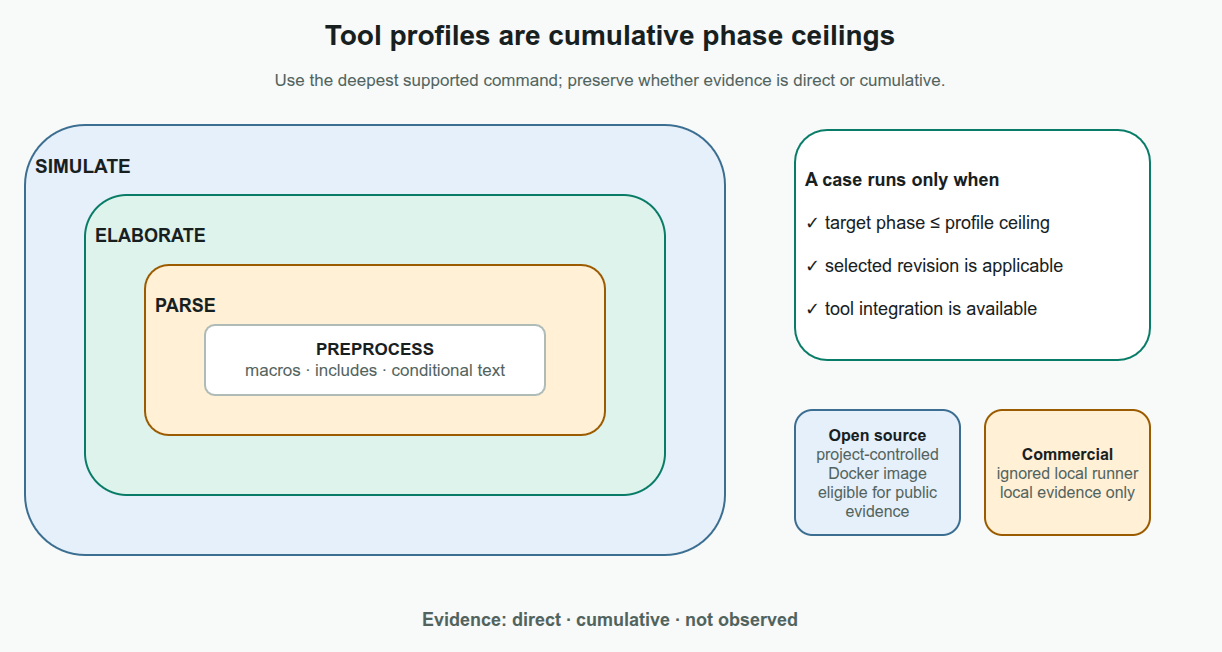
Above: docs/about/assets/tool-applicability.drawio.png in kleverhq/svtorture (draw.io), before the change. Source tidied: cells renumbered, new cells last; positions are measured from the earlier drawing's top-left corner, leaving out a move shared by most shapes. Source of this version:
```xml
<mxGraphModel background="#F7FAF9">
  <root>
    <mxCell id="0" />
    <mxCell id="1" parent="0" />
    <mxCell id="2" value="Tool profiles are cumulative phase ceilings" style="rounded=1;whiteSpace=wrap;html=1;arcSize=14;fillColor=none;strokeColor=none;strokeWidth=2;fontColor=#17201E;fontSize=28;fontStyle=1;align=center;verticalAlign=middle;spacing=10;rounded=0;spacing=0;verticalAlign=middle;" parent="1" vertex="1">
      <mxGeometry width="1200" height="50" as="geometry" />
    </mxCell>
    <mxCell id="3" value="Use the deepest supported command; preserve whether evidence is direct or cumulative." style="rounded=1;whiteSpace=wrap;html=1;arcSize=14;fillColor=none;strokeColor=none;strokeWidth=2;fontColor=#52635E;fontSize=17;fontStyle=0;align=center;verticalAlign=middle;spacing=10;rounded=0;spacing=0;verticalAlign=middle;" parent="1" vertex="1">
      <mxGeometry x="60" y="53" width="1080" height="35" as="geometry" />
    </mxCell>
    <mxCell id="4" value="&lt;b&gt;SIMULATE&lt;/b&gt;" style="rounded=1;whiteSpace=wrap;html=1;arcSize=14;fillColor=#E6F0FA;strokeColor=#3C6E91;strokeWidth=2;fontColor=#17201E;fontSize=19;fontStyle=0;align=left;verticalAlign=middle;spacing=10;verticalAlign=top;spacingTop=16;" parent="1" vertex="1">
      <mxGeometry x="15" y="115" width="700" height="430" as="geometry" />
    </mxCell>
    <mxCell id="5" value="&lt;b&gt;ELABORATE&lt;/b&gt;" style="rounded=1;whiteSpace=wrap;html=1;arcSize=14;fillColor=#DFF3ED;strokeColor=#087C67;strokeWidth=2;fontColor=#17201E;fontSize=18;fontStyle=0;align=left;verticalAlign=middle;spacing=10;verticalAlign=top;spacingTop=16;" parent="1" vertex="1">
      <mxGeometry x="75" y="185" width="580" height="300" as="geometry" />
    </mxCell>
    <mxCell id="6" value="&lt;b&gt;PARSE&lt;/b&gt;" style="rounded=1;whiteSpace=wrap;html=1;arcSize=14;fillColor=#FFF0D6;strokeColor=#9B5B00;strokeWidth=2;fontColor=#17201E;fontSize=18;fontStyle=0;align=left;verticalAlign=middle;spacing=10;verticalAlign=top;spacingTop=16;" parent="1" vertex="1">
      <mxGeometry x="135" y="255" width="460" height="170" as="geometry" />
    </mxCell>
    <mxCell id="7" value="&lt;b&gt;PREPROCESS&lt;/b&gt;&lt;br&gt;&lt;font color=&quot;#52635E&quot;&gt;macros · includes · conditional text&lt;/font&gt;" style="rounded=1;whiteSpace=wrap;html=1;arcSize=14;fillColor=#FFFFFF;strokeColor=#AEBBB7;strokeWidth=2;fontColor=#17201E;fontSize=17;fontStyle=0;align=center;verticalAlign=middle;spacing=10;" parent="1" vertex="1">
      <mxGeometry x="195" y="315" width="340" height="70" as="geometry" />
    </mxCell>
    <mxCell id="8" value="&lt;b&gt;A case runs only when&lt;/b&gt;&lt;br&gt;&lt;br&gt;✓ target phase ≤ profile ceiling&lt;br&gt;&lt;br&gt;✓ selected revision is applicable&lt;br&gt;&lt;br&gt;✓ tool integration is available" style="rounded=1;whiteSpace=wrap;html=1;arcSize=14;fillColor=#FFFFFF;strokeColor=#087C67;strokeWidth=2;fontColor=#17201E;fontSize=18;fontStyle=0;align=left;verticalAlign=middle;spacing=10;" parent="1" vertex="1">
      <mxGeometry x="785" y="120" width="355" height="230" as="geometry" />
    </mxCell>
    <mxCell id="9" value="&lt;b&gt;Open source&lt;/b&gt;&lt;br&gt;&lt;font color=&quot;#52635E&quot;&gt;project-controlled Docker image&lt;br&gt;eligible for public evidence&lt;/font&gt;" style="rounded=1;whiteSpace=wrap;html=1;arcSize=14;fillColor=#E6F0FA;strokeColor=#3C6E91;strokeWidth=2;fontColor=#17201E;fontSize=16;fontStyle=0;align=center;verticalAlign=middle;spacing=10;" parent="1" vertex="1">
      <mxGeometry x="785" y="400" width="165" height="125" as="geometry" />
    </mxCell>
    <mxCell id="10" value="&lt;b&gt;Commercial&lt;/b&gt;&lt;br&gt;&lt;font color=&quot;#52635E&quot;&gt;ignored local runner&lt;br&gt;local evidence only&lt;/font&gt;" style="rounded=1;whiteSpace=wrap;html=1;arcSize=14;fillColor=#FFF0D6;strokeColor=#9B5B00;strokeWidth=2;fontColor=#17201E;fontSize=16;fontStyle=0;align=center;verticalAlign=middle;spacing=10;" parent="1" vertex="1">
      <mxGeometry x="975" y="400" width="165" height="125" as="geometry" />
    </mxCell>
    <mxCell id="11" value="Evidence:  direct  ·  cumulative  ·  not observed" style="rounded=1;whiteSpace=wrap;html=1;arcSize=14;fillColor=none;strokeColor=none;strokeWidth=2;fontColor=#52635E;fontSize=18;fontStyle=1;align=center;verticalAlign=middle;spacing=10;rounded=0;spacing=0;verticalAlign=middle;" parent="1" vertex="1">
      <mxGeometry x="150" y="590" width="900" height="40" as="geometry" />
    </mxCell>
  </root>
</mxGraphModel>
```
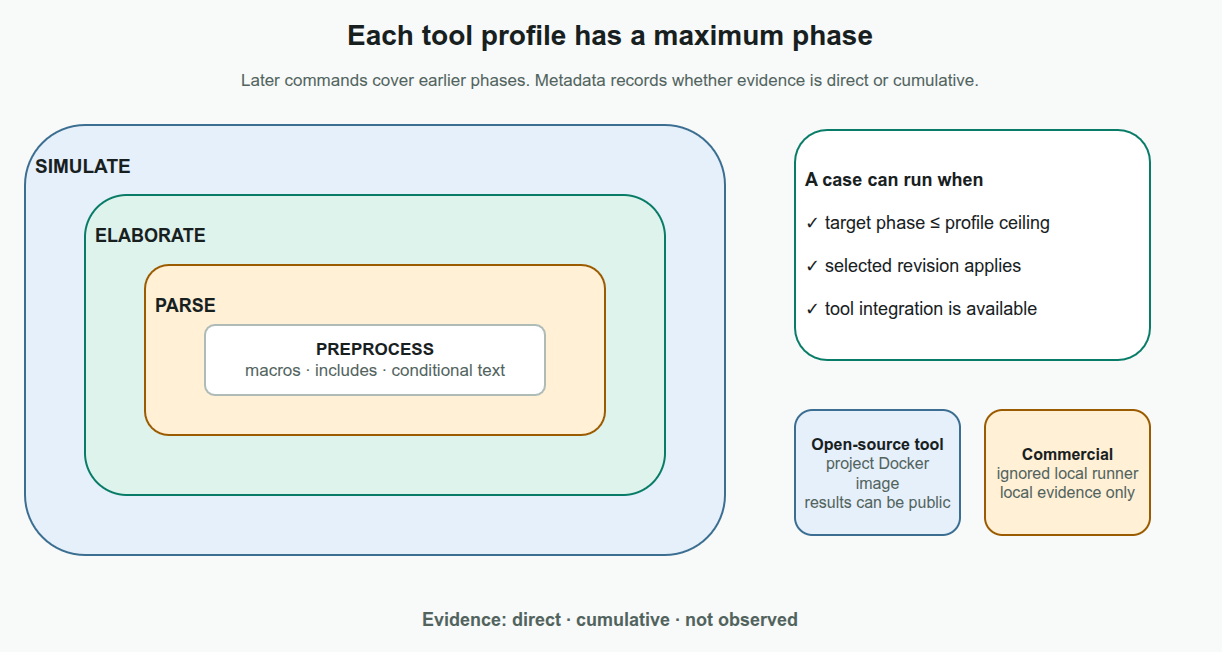
Later version of the same file.

What changed in the source:
```diff
@@ -2,10 +2,10 @@
   <root>
     <mxCell id="0" />
     <mxCell id="1" parent="0" />
-    <mxCell id="2" value="Tool profiles are cumulative phase ceilings" style="rounded=1;whiteSpace=wrap;html=1;arcSize=14;fillColor=none;strokeColor=none;strokeWidth=2;fontColor=#17201E;fontSize=28;fontStyle=1;align=center;verticalAlign=middle;spacing=10;rounded=0;spacing=0;verticalAlign=middle;" parent="1" vertex="1">
+    <mxCell id="2" value="Each tool profile has a maximum phase" style="rounded=1;whiteSpace=wrap;html=1;arcSize=14;fillColor=none;strokeColor=none;strokeWidth=2;fontColor=#17201E;fontSize=28;fontStyle=1;align=center;verticalAlign=middle;spacing=10;rounded=0;spacing=0;verticalAlign=middle;" parent="1" vertex="1">
       <mxGeometry width="1200" height="50" as="geometry" />
     </mxCell>
-    <mxCell id="3" value="Use the deepest supported command; preserve whether evidence is direct or cumulative." style="rounded=1;whiteSpace=wrap;html=1;arcSize=14;fillColor=none;strokeColor=none;strokeWidth=2;fontColor=#52635E;fontSize=17;fontStyle=0;align=center;verticalAlign=middle;spacing=10;rounded=0;spacing=0;verticalAlign=middle;" parent="1" vertex="1">
+    <mxCell id="3" value="Later commands cover earlier phases. Metadata records whether evidence is direct or cumulative." style="rounded=1;whiteSpace=wrap;html=1;arcSize=14;fillColor=none;strokeColor=none;strokeWidth=2;fontColor=#52635E;fontSize=17;fontStyle=0;align=center;verticalAlign=middle;spacing=10;rounded=0;spacing=0;verticalAlign=middle;" parent="1" vertex="1">
       <mxGeometry x="60" y="53" width="1080" height="35" as="geometry" />
     </mxCell>
     <mxCell id="4" value="&lt;b&gt;SIMULATE&lt;/b&gt;" style="rounded=1;whiteSpace=wrap;html=1;arcSize=14;fillColor=#E6F0FA;strokeColor=#3C6E91;strokeWidth=2;fontColor=#17201E;fontSize=19;fontStyle=0;align=left;verticalAlign=middle;spacing=10;verticalAlign=top;spacingTop=16;" parent="1" vertex="1">
@@ -20,10 +20,10 @@
     <mxCell id="7" value="&lt;b&gt;PREPROCESS&lt;/b&gt;&lt;br&gt;&lt;font color=&quot;#52635E&quot;&gt;macros · includes · conditional text&lt;/font&gt;" style="rounded=1;whiteSpace=wrap;html=1;arcSize=14;fillColor=#FFFFFF;strokeColor=#AEBBB7;strokeWidth=2;fontColor=#17201E;fontSize=17;fontStyle=0;align=center;verticalAlign=middle;spacing=10;" parent="1" vertex="1">
       <mxGeometry x="195" y="315" width="340" height="70" as="geometry" />
     </mxCell>
-    <mxCell id="8" value="&lt;b&gt;A case runs only when&lt;/b&gt;&lt;br&gt;&lt;br&gt;✓ target phase ≤ profile ceiling&lt;br&gt;&lt;br&gt;✓ selected revision is applicable&lt;br&gt;&lt;br&gt;✓ tool integration is available" style="rounded=1;whiteSpace=wrap;html=1;arcSize=14;fillColor=#FFFFFF;strokeColor=#087C67;strokeWidth=2;fontColor=#17201E;fontSize=18;fontStyle=0;align=left;verticalAlign=middle;spacing=10;" parent="1" vertex="1">
+    <mxCell id="8" value="&lt;b&gt;A case can run when&lt;/b&gt;&lt;br&gt;&lt;br&gt;✓ target phase ≤ profile ceiling&lt;br&gt;&lt;br&gt;✓ selected revision applies&lt;br&gt;&lt;br&gt;✓ tool integration is available" style="rounded=1;whiteSpace=wrap;html=1;arcSize=14;fillColor=#FFFFFF;strokeColor=#087C67;strokeWidth=2;fontColor=#17201E;fontSize=18;fontStyle=0;align=left;verticalAlign=middle;spacing=10;" parent="1" vertex="1">
       <mxGeometry x="785" y="120" width="355" height="230" as="geometry" />
     </mxCell>
-    <mxCell id="9" value="&lt;b&gt;Open source&lt;/b&gt;&lt;br&gt;&lt;font color=&quot;#52635E&quot;&gt;project-controlled Docker image&lt;br&gt;eligible for public evidence&lt;/font&gt;" style="rounded=1;whiteSpace=wrap;html=1;arcSize=14;fillColor=#E6F0FA;strokeColor=#3C6E91;strokeWidth=2;fontColor=#17201E;fontSize=16;fontStyle=0;align=center;verticalAlign=middle;spacing=10;" parent="1" vertex="1">
+    <mxCell id="9" value="&lt;b&gt;Open-source tool&lt;/b&gt;&lt;br&gt;&lt;font color=&quot;#52635E&quot;&gt;project Docker image&lt;br&gt;results can be public&lt;/font&gt;" style="rounded=1;whiteSpace=wrap;html=1;arcSize=14;fillColor=#E6F0FA;strokeColor=#3C6E91;strokeWidth=2;fontColor=#17201E;fontSize=16;fontStyle=0;align=center;verticalAlign=middle;spacing=10;" parent="1" vertex="1">
       <mxGeometry x="785" y="400" width="165" height="125" as="geometry" />
     </mxCell>
     <mxCell id="10" value="&lt;b&gt;Commercial&lt;/b&gt;&lt;br&gt;&lt;font color=&quot;#52635E&quot;&gt;ignored local runner&lt;br&gt;local evidence only&lt;/font&gt;" style="rounded=1;whiteSpace=wrap;html=1;arcSize=14;fillColor=#FFF0D6;strokeColor=#9B5B00;strokeWidth=2;fontColor=#17201E;fontSize=16;fontStyle=0;align=center;verticalAlign=middle;spacing=10;" parent="1" vertex="1">
```
